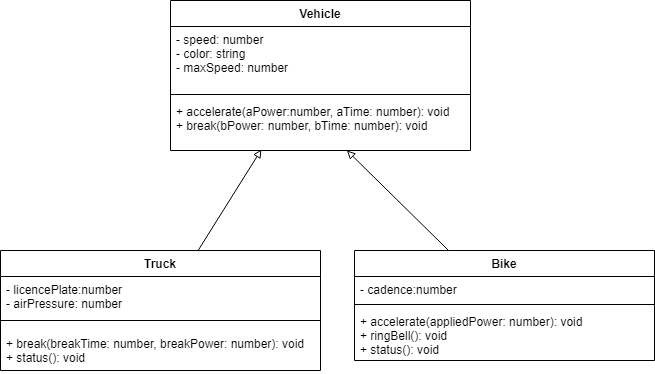
This is Drawio/ClassDiagram.png from JacksonNaufal/ics4u-unit2-10-typescript, a draw.io export, as it was before one commit. Source tidied: cells renumbered, new cells last; positions are measured from the earlier drawing's top-left corner, leaving out a move shared by most shapes.
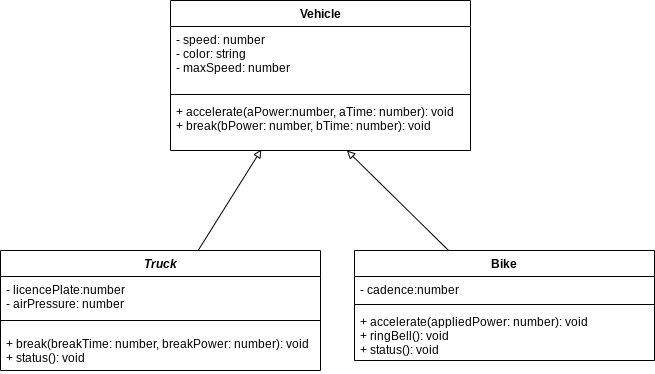
The same diagram one commit later.

Change to the diagram source:
```diff
@@ -17,7 +17,7 @@
     <mxCell id="6" style="edgeStyle=none;html=1;entryX=0.303;entryY=0.981;entryDx=0;entryDy=0;entryPerimeter=0;endArrow=block;endFill=0;" parent="1" edge="1" source="7" target="5">
       <mxGeometry relative="1" as="geometry" />
     </mxCell>
-    <mxCell id="7" value="Truck" style="swimlane;fontStyle=1;align=center;verticalAlign=top;horizontal=1;startSize=26;" parent="1" vertex="1">
+    <mxCell id="7" value="Truck" style="swimlane;fontStyle=3;align=center;verticalAlign=top;horizontal=1;startSize=26;" parent="1" vertex="1">
       <mxGeometry y="250" width="320" height="120" as="geometry" />
     </mxCell>
     <mxCell id="8" value="- licencePlate:number&#10;- airPressure: number" style="text;strokeColor=none;fillColor=none;align=left;verticalAlign=top;spacingLeft=4;spacingRight=4;overflow=hidden;" parent="7" vertex="1">
```
